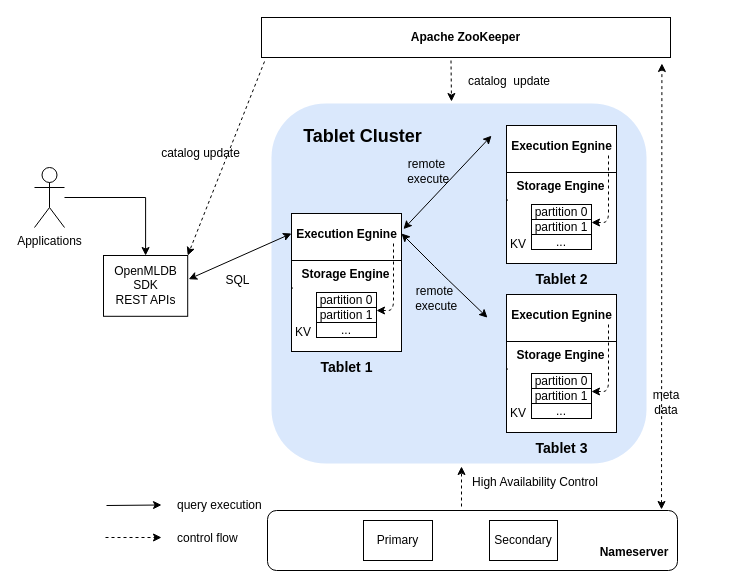
The draw.io diagram page "Page-2" (1 of 4) of reference/arch/resources/architecture.drawio in 4paradigm/openmldb-docs-zh, before the edit. Source tidied: cells renumbered, new cells numbered last; positions are measured from the earlier drawing's top-left corner, leaving out a move shared by most shapes. Both pictures are drawn from the tidied source at 100%, with x=0, y=0 at pixel (34, 17).
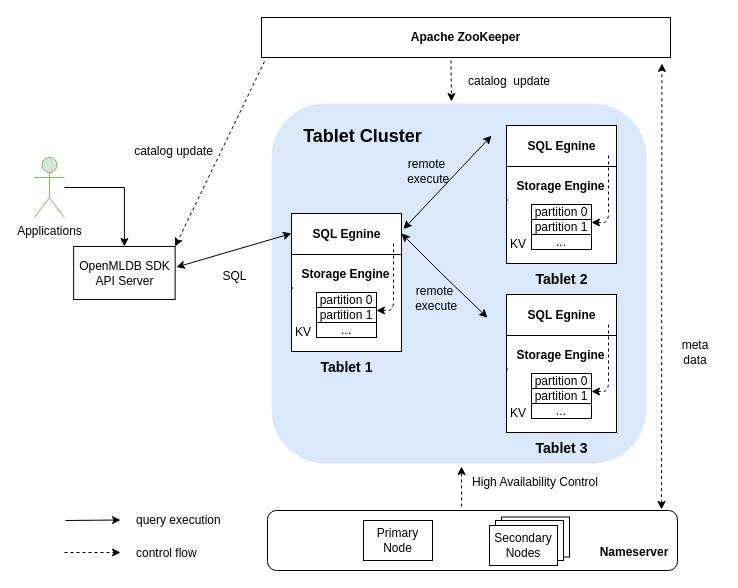
The same page after the edit.

The change refers to these unchanged cells:
```xml
<mxCell id="33" style="group;" parent="1" vertex="1">
  <mxGeometry x="250" y="196" width="117" height="164" as="geometry" />
</mxCell>
<mxCell id="46" style="group;" parent="1" vertex="1">
  <mxGeometry x="465" y="108" width="117" height="164" as="geometry" />
</mxCell>
<mxCell id="59" style="group;" parent="1" vertex="1">
  <mxGeometry x="465" y="277" width="117" height="164" as="geometry" />
</mxCell>
```

The edit, as a diff of the source:
```diff
@@
     <mxCell id="4" value="&lt;font style=&quot;font-size: 12px&quot;&gt;SQL&lt;/font&gt;" style="text;html=1;strokeColor=none;fillColor=none;align=center;verticalAlign=middle;whiteSpace=wrap;rounded=0;rotation=0;" parent="1" vertex="1">
-      <mxGeometry x="171.8" y="242" width="63.2" height="41.5" as="geometry" />
+      <mxGeometry x="168.8" y="238" width="63.2" height="41.5" as="geometry" />
     </mxCell>
-    <mxCell id="5" value="Primary" style="rounded=0;whiteSpace=wrap;html=1;labelBackgroundColor=none;strokeWidth=1;gradientColor=none;fontColor=#000000;" parent="1" vertex="1">
+    <mxCell id="5" value="Primary Node" style="rounded=0;whiteSpace=wrap;html=1;labelBackgroundColor=none;strokeWidth=1;gradientColor=none;fontColor=#000000;" parent="1" vertex="1">
       <mxGeometry x="329" y="503" width="69" height="40" as="geometry" />
     </mxCell>
-    <mxCell id="6" value="Secondary" style="rounded=0;whiteSpace=wrap;html=1;labelBackgroundColor=none;strokeWidth=1;gradientColor=none;fontColor=#000000;" parent="1" vertex="1">
-      <mxGeometry x="455" y="503" width="68" height="40" as="geometry" />
-    </mxCell>
@@
     <mxCell id="16" value="meta data" style="text;html=1;strokeColor=none;fillColor=none;align=center;verticalAlign=middle;whiteSpace=wrap;rounded=0;dashed=1;" parent="1" vertex="1">
-      <mxGeometry x="607.1" y="375.2" width="50" height="20" as="geometry" />
+      <mxGeometry x="636" y="325" width="50" height="20" as="geometry" />
     </mxCell>
     <mxCell id="17" value="catalog update" style="text;html=1;strokeColor=none;fillColor=none;align=center;verticalAlign=middle;whiteSpace=wrap;rounded=0;dashed=1;" parent="1" vertex="1">
-      <mxGeometry x="117" y="126" width="99" height="20" as="geometry" />
+      <mxGeometry x="90" y="124" width="99" height="20" as="geometry" />
     </mxCell>
@@
-    <mxCell id="22" value="control flow" style="text;html=1;strokeColor=none;fillColor=none;align=left;verticalAlign=middle;whiteSpace=wrap;rounded=0;" parent="1" vertex="1">
-      <mxGeometry x="141" y="511" width="88" height="20" as="geometry" />
-    </mxCell>
-    <mxCell id="23" value="query execution" style="text;html=1;strokeColor=none;fillColor=none;align=left;verticalAlign=middle;whiteSpace=wrap;rounded=0;" parent="1" vertex="1">
-      <mxGeometry x="141" y="478" width="90" height="20" as="geometry" />
-    </mxCell>
-    <mxCell id="24" style="endArrow=classic;html=1;" parent="1" edge="1">
-      <mxGeometry relative="1" as="geometry">
-        <mxPoint x="72" y="488" as="sourcePoint" />
-        <mxPoint x="127" y="487.5" as="targetPoint" />
-      </mxGeometry>
-    </mxCell>
-    <mxCell id="25" style="endArrow=classic;html=1;dashed=1;" parent="1" edge="1">
-      <mxGeometry relative="1" as="geometry">
-        <mxPoint x="71" y="520" as="sourcePoint" />
-        <mxPoint x="127" y="520" as="targetPoint" />
-      </mxGeometry>
-    </mxCell>
@@
-    <mxCell id="28" value="Applications" style="shape=umlActor;verticalLabelPosition=bottom;verticalAlign=top;html=1;outlineConnect=0;" parent="1" vertex="1">
-      <mxGeometry y="150" width="30" height="60" as="geometry" />
+    <mxCell id="28" value="Applications" style="shape=umlActor;verticalLabelPosition=bottom;verticalAlign=top;html=1;outlineConnect=0;fillColor=#d5e8d4;strokeColor=#82b366;" parent="1" vertex="1">
+      <mxGeometry y="140" width="30" height="60" as="geometry" />
     </mxCell>
@@
     <mxCell id="30" style="group;" parent="1" vertex="1">
-      <mxGeometry x="69" y="238" width="84.1" height="60.8" as="geometry" />
+      <mxGeometry x="44" y="238" width="109.1" height="60.8" as="geometry" />
     </mxCell>
-    <mxCell id="31" value="&lt;font style=&quot;font-size: 14px&quot;&gt;&lt;br&gt;&lt;/font&gt;" style="rounded=0;whiteSpace=wrap;html=1;rotation=-90;direction=west;" parent="30" vertex="1">
-      <mxGeometry x="11.7" y="-11.7" width="60.8" height="84.2" as="geometry" />
-    </mxCell>
-    <mxCell id="32" value="OpenMLDB&lt;br&gt;SDK&lt;br&gt;REST APIs" style="text;html=1;align=center;verticalAlign=middle;strokeColor=none;fillColor=none;fontSize=12;" parent="30" vertex="1">
-      <mxGeometry x="5.6" y="7.3" width="73" height="46" as="geometry" />
-    </mxCell>
@@
     <mxCell id="37" style="endArrow=none;html=1;" parent="33" edge="1">
       <mxGeometry relative="1" as="geometry">
-        <mxPoint x="7" y="47" as="sourcePoint" />
-        <mxPoint x="117" y="47" as="targetPoint" />
+        <mxPoint x="7" y="41" as="sourcePoint" />
+        <mxPoint x="117" y="41" as="targetPoint" />
       </mxGeometry>
     </mxCell>
-    <mxCell id="38" value="Execution Egnine" style="text;html=1;strokeColor=none;fillColor=none;align=center;verticalAlign=middle;whiteSpace=wrap;rounded=0;dashed=1;fontStyle=1;" parent="33" vertex="1">
+    <mxCell id="38" value="SQL Egnine" style="text;html=1;strokeColor=none;fillColor=none;align=center;verticalAlign=middle;whiteSpace=wrap;rounded=0;dashed=1;fontStyle=1;" parent="33" vertex="1">
       <mxGeometry x="10.8" y="7" width="102.5" height="28.5" as="geometry" />
     </mxCell>
@@
     <mxCell id="50" style="endArrow=none;html=1;" parent="46" edge="1">
       <mxGeometry relative="1" as="geometry">
-        <mxPoint x="7" y="47" as="sourcePoint" />
-        <mxPoint x="117" y="47" as="targetPoint" />
+        <mxPoint x="7" y="41" as="sourcePoint" />
+        <mxPoint x="117" y="41" as="targetPoint" />
       </mxGeometry>
     </mxCell>
-    <mxCell id="51" value="Execution Egnine" style="text;html=1;strokeColor=none;fillColor=none;align=center;verticalAlign=middle;whiteSpace=wrap;rounded=0;dashed=1;fontStyle=1;" parent="46" vertex="1">
+    <mxCell id="51" value="SQL Egnine" style="text;html=1;strokeColor=none;fillColor=none;align=center;verticalAlign=middle;whiteSpace=wrap;rounded=0;dashed=1;fontStyle=1;" parent="46" vertex="1">
       <mxGeometry x="10.8" y="7" width="102.5" height="28.5" as="geometry" />
     </mxCell>
@@
+    <mxCell id="72" style="rounded=0;whiteSpace=wrap;html=1;labelBackgroundColor=none;strokeWidth=1;gradientColor=none;fontColor=#000000;" parent="1" vertex="1">
+      <mxGeometry x="467" y="499.5" width="68" height="40" as="geometry" />
+    </mxCell>
+    <mxCell id="73" style="rounded=0;whiteSpace=wrap;html=1;labelBackgroundColor=none;strokeWidth=1;gradientColor=none;fontColor=#000000;" parent="1" vertex="1">
+      <mxGeometry x="461" y="503" width="68" height="40" as="geometry" />
+    </mxCell>
@@
     <mxCell id="63" style="endArrow=none;html=1;" parent="59" edge="1">
       <mxGeometry relative="1" as="geometry">
-        <mxPoint x="7" y="47" as="sourcePoint" />
-        <mxPoint x="117" y="47" as="targetPoint" />
+        <mxPoint x="7" y="41" as="sourcePoint" />
+        <mxPoint x="117" y="41" as="targetPoint" />
       </mxGeometry>
     </mxCell>
-    <mxCell id="64" value="Execution Egnine" style="text;html=1;strokeColor=none;fillColor=none;align=center;verticalAlign=middle;whiteSpace=wrap;rounded=0;dashed=1;fontStyle=1;" parent="59" vertex="1">
+    <mxCell id="64" value="SQL Egnine" style="text;html=1;strokeColor=none;fillColor=none;align=center;verticalAlign=middle;whiteSpace=wrap;rounded=0;dashed=1;fontStyle=1;" parent="59" vertex="1">
       <mxGeometry x="10.8" y="7" width="102.5" height="28.5" as="geometry" />
     </mxCell>
@@
+    <mxCell id="74" style="group;" parent="1" vertex="1">
+      <mxGeometry x="30" y="493" width="160" height="53" as="geometry" />
+    </mxCell>
+    <mxCell id="22" value="control flow" style="text;html=1;strokeColor=none;fillColor=none;align=left;verticalAlign=middle;whiteSpace=wrap;rounded=0;" parent="74" vertex="1">
+      <mxGeometry x="70" y="33" width="88" height="20" as="geometry" />
+    </mxCell>
+    <mxCell id="23" value="query execution" style="text;html=1;strokeColor=none;fillColor=none;align=left;verticalAlign=middle;whiteSpace=wrap;rounded=0;" parent="74" vertex="1">
+      <mxGeometry x="70" width="90" height="20" as="geometry" />
+    </mxCell>
+    <mxCell id="24" style="endArrow=classic;html=1;" parent="74" edge="1">
+      <mxGeometry relative="1" as="geometry">
+        <mxPoint x="1" y="10" as="sourcePoint" />
+        <mxPoint x="56" y="9.5" as="targetPoint" />
+      </mxGeometry>
+    </mxCell>
+    <mxCell id="25" style="endArrow=classic;html=1;dashed=1;" parent="74" edge="1">
+      <mxGeometry relative="1" as="geometry">
+        <mxPoint y="42" as="sourcePoint" />
+        <mxPoint x="56" y="42" as="targetPoint" />
+      </mxGeometry>
+    </mxCell>
+    <mxCell id="6" value="Secondary Nodes" style="rounded=0;whiteSpace=wrap;html=1;labelBackgroundColor=none;strokeWidth=1;gradientColor=none;fontColor=#000000;" parent="1" vertex="1">
+      <mxGeometry x="455" y="508" width="68" height="40" as="geometry" />
+    </mxCell>
+    <mxCell id="31" value="&lt;font style=&quot;font-size: 14px&quot;&gt;&lt;br&gt;&lt;/font&gt;" style="rounded=0;whiteSpace=wrap;html=1;rotation=-90;direction=west;" parent="1" vertex="1">
+      <mxGeometry x="63.4" y="204.7" width="53" height="101.5" as="geometry" />
+    </mxCell>
+    <mxCell id="75" value="OpenMLDB SDK&lt;br&gt;API Server" style="text;html=1;align=center;verticalAlign=middle;strokeColor=none;fillColor=none;" parent="1" vertex="1">
+      <mxGeometry x="39.4" y="240" width="101" height="32" as="geometry" />
+    </mxCell>
```
